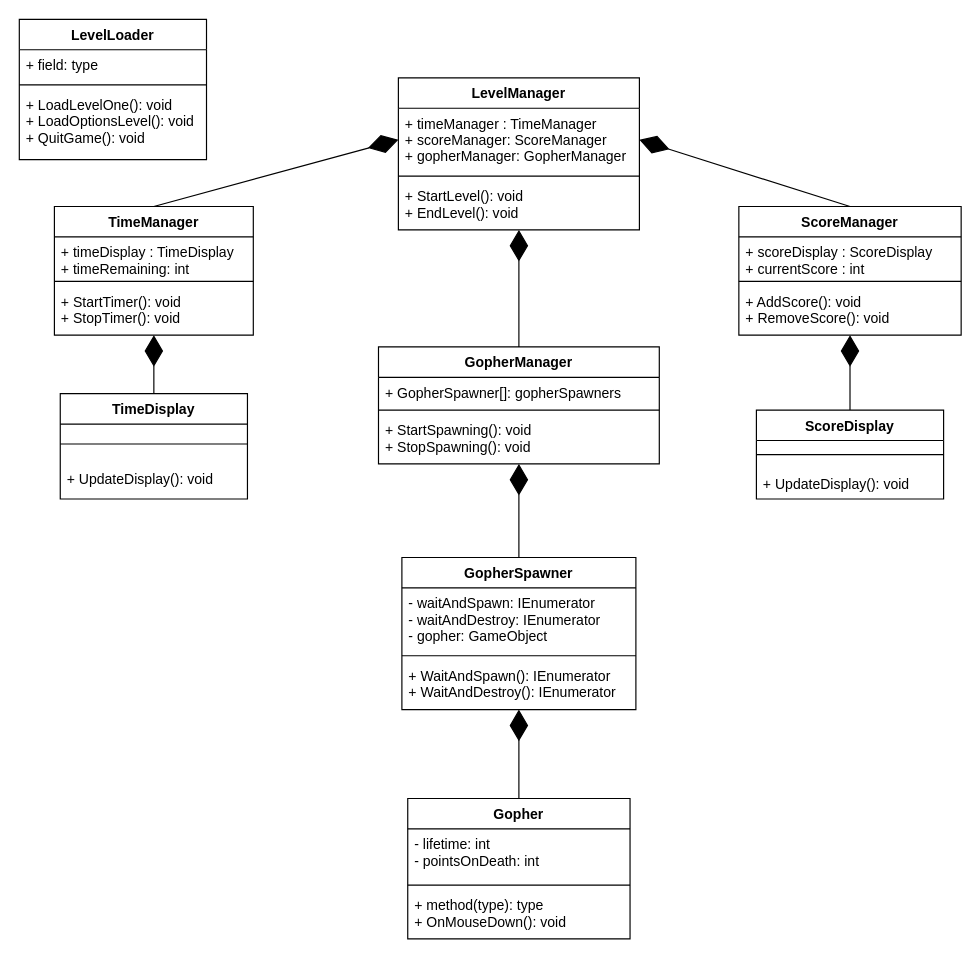
This is Diagrams/Class Diagram.drawio from aaschmitt/whack-a-mole, a draw.io file, before an edit. Source tidied: cells renumbered, new cells numbered last; positions are measured from the earlier drawing's top-left corner, leaving out a move shared by most shapes. Both pictures are drawn from the tidied source at 117%, with x=0, y=0 at pixel (19, 19).
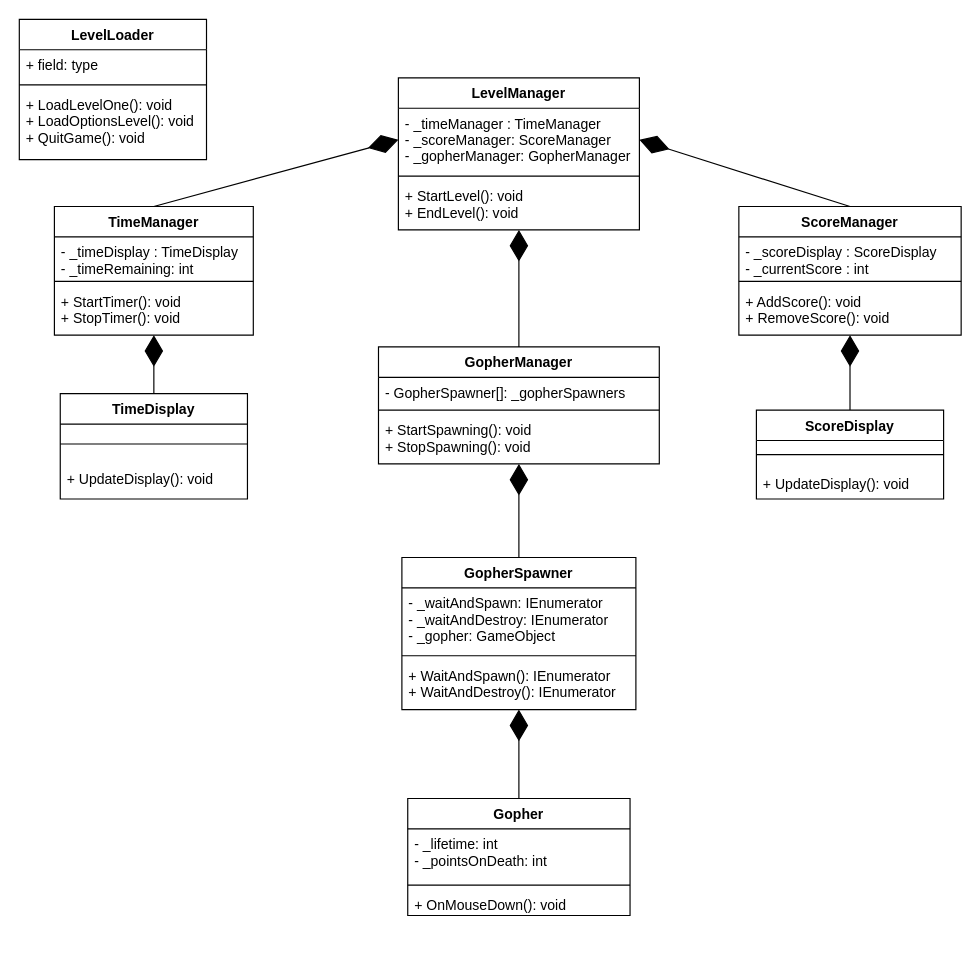
The same diagram, later.

Unchanged cells that the change refers to:
```xml
<mxCell id="6" value="LevelManager" style="swimlane;fontStyle=1;align=center;verticalAlign=top;horizontal=1;startSize=26;" parent="1" vertex="1">
  <mxGeometry x="324" y="50" width="206" height="130" as="geometry" />
</mxCell>
<mxCell id="14" value="ScoreManager" style="swimlane;fontStyle=1;align=center;verticalAlign=top;horizontal=1;startSize=26;" parent="1" vertex="1">
  <mxGeometry x="615" y="160" width="190" height="110" as="geometry" />
</mxCell>
<mxCell id="21" value="TimeManager" style="swimlane;fontStyle=1;align=center;verticalAlign=top;horizontal=1;startSize=26;" parent="1" vertex="1">
  <mxGeometry x="30" y="160" width="170" height="110" as="geometry" />
</mxCell>
<mxCell id="31" value="GopherManager" style="swimlane;fontStyle=1;align=center;verticalAlign=top;horizontal=1;startSize=26;" parent="1" vertex="1">
  <mxGeometry x="307" y="280" width="240" height="100" as="geometry" />
</mxCell>
<mxCell id="35" value="GopherSpawner" style="swimlane;fontStyle=1;align=center;verticalAlign=top;horizontal=1;startSize=26;" parent="1" vertex="1">
  <mxGeometry x="327" y="460" width="200" height="130" as="geometry" />
</mxCell>
```

What changed in the source:
```diff
@@
-    <mxCell id="7" value="+ timeManager : TimeManager&#10;+ scoreManager: ScoreManager&#10;+ gopherManager: GopherManager" style="text;strokeColor=none;fillColor=none;align=left;verticalAlign=top;spacingLeft=4;spacingRight=4;overflow=hidden;points=[[0,0.5],[1,0.5]];portConstraint=eastwest;" parent="6" vertex="1">
+    <mxCell id="7" value="- _timeManager : TimeManager&#10;- _scoreManager: ScoreManager&#10;- _gopherManager: GopherManager" style="text;strokeColor=none;fillColor=none;align=left;verticalAlign=top;spacingLeft=4;spacingRight=4;overflow=hidden;points=[[0,0.5],[1,0.5]];portConstraint=eastwest;" parent="6" vertex="1">
       <mxGeometry y="26" width="206" height="54" as="geometry" />
     </mxCell>
@@
-    <mxCell id="15" value="+ scoreDisplay : ScoreDisplay&#10;+ currentScore : int" style="text;strokeColor=none;fillColor=none;align=left;verticalAlign=top;spacingLeft=4;spacingRight=4;overflow=hidden;" parent="14" vertex="1">
+    <mxCell id="15" value="- _scoreDisplay : ScoreDisplay&#10;- _currentScore : int" style="text;strokeColor=none;fillColor=none;align=left;verticalAlign=top;spacingLeft=4;spacingRight=4;overflow=hidden;" parent="14" vertex="1">
       <mxGeometry y="26" width="190" height="34" as="geometry" />
     </mxCell>
@@
-    <mxCell id="22" value="+ timeDisplay : TimeDisplay&#10;+ timeRemaining: int" style="text;strokeColor=none;fillColor=none;align=left;verticalAlign=top;spacingLeft=4;spacingRight=4;overflow=hidden;" parent="21" vertex="1">
+    <mxCell id="22" value="- _timeDisplay : TimeDisplay&#10;- _timeRemaining: int" style="text;strokeColor=none;fillColor=none;align=left;verticalAlign=top;spacingLeft=4;spacingRight=4;overflow=hidden;" parent="21" vertex="1">
       <mxGeometry y="26" width="170" height="34" as="geometry" />
     </mxCell>
@@
-    <mxCell id="32" value="+ GopherSpawner[]: gopherSpawners" style="text;strokeColor=none;fillColor=none;align=left;verticalAlign=top;spacingLeft=4;spacingRight=4;overflow=hidden;" parent="31" vertex="1">
+    <mxCell id="32" value="- GopherSpawner[]: _gopherSpawners" style="text;strokeColor=none;fillColor=none;align=left;verticalAlign=top;spacingLeft=4;spacingRight=4;overflow=hidden;" parent="31" vertex="1">
       <mxGeometry y="26" width="240" height="24" as="geometry" />
     </mxCell>
@@
-    <mxCell id="36" value="- waitAndSpawn: IEnumerator&#10;- waitAndDestroy: IEnumerator&#10;- gopher: GameObject" style="text;strokeColor=none;fillColor=none;align=left;verticalAlign=top;spacingLeft=4;spacingRight=4;overflow=hidden;" parent="35" vertex="1">
+    <mxCell id="36" value="- _waitAndSpawn: IEnumerator&#10;- _waitAndDestroy: IEnumerator&#10;- _gopher: GameObject" style="text;strokeColor=none;fillColor=none;align=left;verticalAlign=top;spacingLeft=4;spacingRight=4;overflow=hidden;" parent="35" vertex="1">
       <mxGeometry y="26" width="200" height="54" as="geometry" />
     </mxCell>
@@
     <mxCell id="39" value="Gopher" style="swimlane;fontStyle=1;align=center;verticalAlign=top;horizontal=1;startSize=26;" parent="1" vertex="1">
-      <mxGeometry x="332" y="666" width="190" height="120" as="geometry" />
+      <mxGeometry x="332" y="666" width="190" height="100" as="geometry" />
     </mxCell>
-    <mxCell id="40" value="- lifetime: int&#10;- pointsOnDeath: int" style="text;strokeColor=none;fillColor=none;align=left;verticalAlign=top;spacingLeft=4;spacingRight=4;overflow=hidden;" parent="39" vertex="1">
+    <mxCell id="40" value="- _lifetime: int&#10;- _pointsOnDeath: int" style="text;strokeColor=none;fillColor=none;align=left;verticalAlign=top;spacingLeft=4;spacingRight=4;overflow=hidden;" parent="39" vertex="1">
       <mxGeometry y="26" width="190" height="44" as="geometry" />
     </mxCell>
@@
-    <mxCell id="42" value="+ method(type): type&#10;+ OnMouseDown(): void" style="text;strokeColor=none;fillColor=none;align=left;verticalAlign=top;spacingLeft=4;spacingRight=4;overflow=hidden;" parent="39" vertex="1">
-      <mxGeometry y="78" width="190" height="42" as="geometry" />
+    <mxCell id="42" value="+ OnMouseDown(): void" style="text;strokeColor=none;fillColor=none;align=left;verticalAlign=top;spacingLeft=4;spacingRight=4;overflow=hidden;" parent="39" vertex="1">
+      <mxGeometry y="78" width="190" height="22" as="geometry" />
     </mxCell>
```
